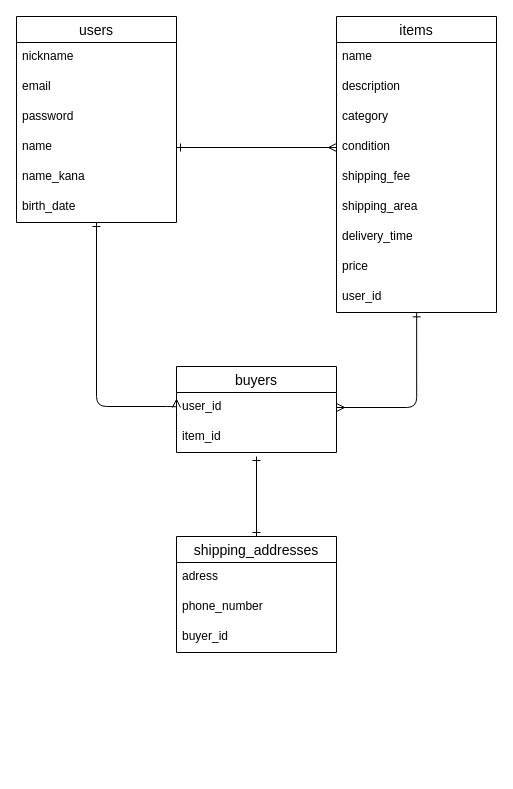
Hiro-yoshi/furima-40397 keeps this draw.io diagram as furima-40397.dio. Above is the earlier version. Source tidied: cells renumbered, new cells numbered last; positions are measured from the earlier drawing's top-left corner, leaving out a move shared by most shapes. Both pictures are drawn from the tidied source at 100%, with x=0, y=0 at pixel (16, 16).
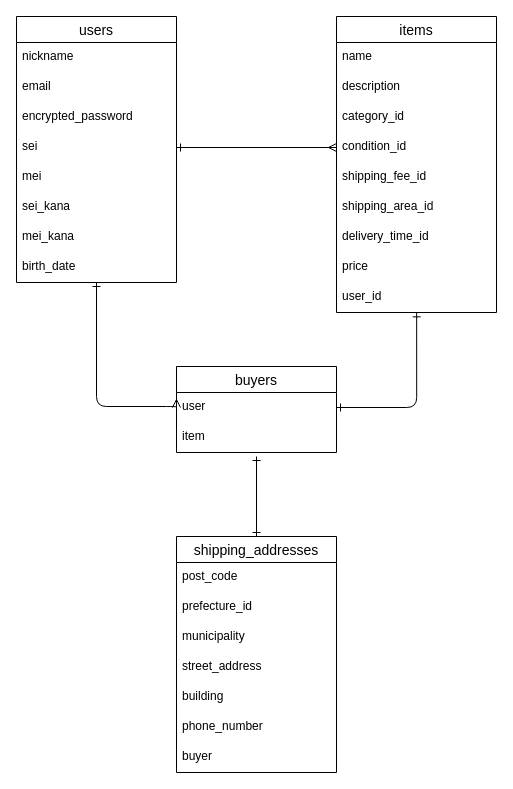
After the change.

Commit message (it also covers changes not shown here):
データベース設計_修正1

Unchanged cells that the change refers to:
```xml
<mxCell id="9" value="items" style="swimlane;fontStyle=0;horizontal=1;startSize=26;align=center;fontSize=14;" parent="1" vertex="1">
  <mxGeometry x="320" width="160" height="296" as="geometry" />
</mxCell>
<mxCell id="18" value="user_id" style="text;strokeColor=none;fillColor=none;spacingLeft=4;spacingRight=4;overflow=hidden;points=[[0,0.5],[1,0.5]];portConstraint=eastwest;fontSize=12;" parent="9" vertex="1">
  <mxGeometry y="266" width="160" height="30" as="geometry" />
</mxCell>
<mxCell id="20" value="buyers" style="swimlane;fontStyle=0;horizontal=1;startSize=26;align=center;fontSize=14;" parent="1" vertex="1">
  <mxGeometry x="160" y="350" width="160" height="86" as="geometry" />
</mxCell>
```

The edit, as a diff of the source:
```diff
@@
     <mxCell id="2" value="users" style="swimlane;fontStyle=0;horizontal=1;startSize=26;align=center;fontSize=14;" parent="1" vertex="1">
-      <mxGeometry width="160" height="206" as="geometry" />
+      <mxGeometry width="160" height="266" as="geometry" />
     </mxCell>
@@
-    <mxCell id="5" value="password" style="text;strokeColor=none;fillColor=none;spacingLeft=4;spacingRight=4;overflow=hidden;fontSize=12;" parent="2" vertex="1">
+    <mxCell id="5" value="encrypted_password" style="text;strokeColor=none;fillColor=none;spacingLeft=4;spacingRight=4;overflow=hidden;fontSize=12;" parent="2" vertex="1">
       <mxGeometry y="86" width="160" height="30" as="geometry" />
     </mxCell>
-    <mxCell id="6" value="name" style="text;strokeColor=none;fillColor=none;spacingLeft=4;spacingRight=4;overflow=hidden;fontSize=12;" parent="2" vertex="1">
+    <mxCell id="6" value="sei" style="text;strokeColor=none;fillColor=none;spacingLeft=4;spacingRight=4;overflow=hidden;fontSize=12;" parent="2" vertex="1">
       <mxGeometry y="116" width="160" height="30" as="geometry" />
     </mxCell>
-    <mxCell id="7" value="name_kana" style="text;strokeColor=none;fillColor=none;spacingLeft=4;spacingRight=4;overflow=hidden;fontSize=12;" parent="2" vertex="1">
+    <mxCell id="7" value="mei" style="text;strokeColor=none;fillColor=none;spacingLeft=4;spacingRight=4;overflow=hidden;fontSize=12;" parent="2" vertex="1">
       <mxGeometry y="146" width="160" height="30" as="geometry" />
     </mxCell>
+    <mxCell id="30" value="sei_kana" style="text;strokeColor=none;fillColor=none;spacingLeft=4;spacingRight=4;overflow=hidden;fontSize=12;" parent="2" vertex="1">
+      <mxGeometry y="176" width="160" height="30" as="geometry" />
+    </mxCell>
+    <mxCell id="31" value="mei_kana" style="text;strokeColor=none;fillColor=none;spacingLeft=4;spacingRight=4;overflow=hidden;fontSize=12;" parent="2" vertex="1">
+      <mxGeometry y="206" width="160" height="30" as="geometry" />
+    </mxCell>
     <mxCell id="8" value="birth_date" style="text;strokeColor=none;fillColor=none;spacingLeft=4;spacingRight=4;overflow=hidden;points=[[0,0.5],[1,0.5]];portConstraint=eastwest;fontSize=12;" parent="2" vertex="1">
-      <mxGeometry y="176" width="160" height="30" as="geometry" />
+      <mxGeometry y="236" width="160" height="30" as="geometry" />
     </mxCell>
@@
-    <mxCell id="12" value="category" style="text;strokeColor=none;fillColor=none;spacingLeft=4;spacingRight=4;overflow=hidden;fontSize=12;" parent="9" vertex="1">
+    <mxCell id="12" value="category_id" style="text;strokeColor=none;fillColor=none;spacingLeft=4;spacingRight=4;overflow=hidden;fontSize=12;" parent="9" vertex="1">
       <mxGeometry y="86" width="160" height="30" as="geometry" />
     </mxCell>
-    <mxCell id="13" value="condition" style="text;strokeColor=none;fillColor=none;spacingLeft=4;spacingRight=4;overflow=hidden;points=[[0,0.5],[1,0.5]];portConstraint=eastwest;fontSize=12;" parent="9" vertex="1">
+    <mxCell id="13" value="condition_id" style="text;strokeColor=none;fillColor=none;spacingLeft=4;spacingRight=4;overflow=hidden;points=[[0,0.5],[1,0.5]];portConstraint=eastwest;fontSize=12;" parent="9" vertex="1">
       <mxGeometry y="116" width="160" height="30" as="geometry" />
     </mxCell>
-    <mxCell id="14" value="shipping_fee" style="text;strokeColor=none;fillColor=none;spacingLeft=4;spacingRight=4;overflow=hidden;fontSize=12;" parent="9" vertex="1">
+    <mxCell id="14" value="shipping_fee_id" style="text;strokeColor=none;fillColor=none;spacingLeft=4;spacingRight=4;overflow=hidden;fontSize=12;" parent="9" vertex="1">
       <mxGeometry y="146" width="160" height="30" as="geometry" />
     </mxCell>
-    <mxCell id="15" value="shipping_area" style="text;strokeColor=none;fillColor=none;spacingLeft=4;spacingRight=4;overflow=hidden;fontSize=12;" parent="9" vertex="1">
+    <mxCell id="15" value="shipping_area_id" style="text;strokeColor=none;fillColor=none;spacingLeft=4;spacingRight=4;overflow=hidden;fontSize=12;" parent="9" vertex="1">
       <mxGeometry y="176" width="160" height="30" as="geometry" />
     </mxCell>
-    <mxCell id="16" value="delivery_time" style="text;strokeColor=none;fillColor=none;spacingLeft=4;spacingRight=4;overflow=hidden;fontSize=12;" parent="9" vertex="1">
+    <mxCell id="16" value="delivery_time_id" style="text;strokeColor=none;fillColor=none;spacingLeft=4;spacingRight=4;overflow=hidden;fontSize=12;" parent="9" vertex="1">
       <mxGeometry y="206" width="160" height="30" as="geometry" />
     </mxCell>
@@
-    <mxCell id="21" value="user_id" style="text;strokeColor=none;fillColor=none;spacingLeft=4;spacingRight=4;overflow=hidden;points=[[0,0.5],[1,0.5]];portConstraint=eastwest;fontSize=12;" parent="20" vertex="1">
+    <mxCell id="21" value="user" style="text;strokeColor=none;fillColor=none;spacingLeft=4;spacingRight=4;overflow=hidden;points=[[0,0.5],[1,0.5]];portConstraint=eastwest;fontSize=12;" parent="20" vertex="1">
       <mxGeometry y="26" width="160" height="30" as="geometry" />
     </mxCell>
-    <mxCell id="22" value="item_id" style="text;strokeColor=none;fillColor=none;spacingLeft=4;spacingRight=4;overflow=hidden;fontSize=12;" parent="20" vertex="1">
+    <mxCell id="22" value="item" style="text;strokeColor=none;fillColor=none;spacingLeft=4;spacingRight=4;overflow=hidden;fontSize=12;" parent="20" vertex="1">
       <mxGeometry y="56" width="160" height="30" as="geometry" />
     </mxCell>
@@
     <mxCell id="25" value="shipping_addresses" style="swimlane;fontStyle=0;horizontal=1;startSize=26;align=center;fontSize=14;" parent="1" vertex="1">
-      <mxGeometry x="160" y="520" width="160" height="116" as="geometry" />
+      <mxGeometry x="160" y="520" width="160" height="236" as="geometry" />
     </mxCell>
-    <mxCell id="26" value="adress" style="text;strokeColor=none;fillColor=none;spacingLeft=4;spacingRight=4;overflow=hidden;fontSize=12;" parent="25" vertex="1">
+    <mxCell id="26" value="post_code" style="text;strokeColor=none;fillColor=none;spacingLeft=4;spacingRight=4;overflow=hidden;fontSize=12;" parent="25" vertex="1">
       <mxGeometry y="26" width="160" height="30" as="geometry" />
     </mxCell>
-    <mxCell id="27" value="phone_number" style="text;strokeColor=none;fillColor=none;spacingLeft=4;spacingRight=4;overflow=hidden;fontSize=12;" parent="25" vertex="1">
+    <mxCell id="27" value="prefecture_id" style="text;strokeColor=none;fillColor=none;spacingLeft=4;spacingRight=4;overflow=hidden;fontSize=12;" parent="25" vertex="1">
       <mxGeometry y="56" width="160" height="30" as="geometry" />
     </mxCell>
+    <mxCell id="32" value="municipality" style="text;strokeColor=none;fillColor=none;spacingLeft=4;spacingRight=4;overflow=hidden;fontSize=12;" parent="25" vertex="1">
+      <mxGeometry y="86" width="160" height="30" as="geometry" />
+    </mxCell>
+    <mxCell id="33" value="street_address" style="text;strokeColor=none;fillColor=none;spacingLeft=4;spacingRight=4;overflow=hidden;fontSize=12;" parent="25" vertex="1">
+      <mxGeometry y="116" width="160" height="30" as="geometry" />
+    </mxCell>
+    <mxCell id="34" value="building" style="text;strokeColor=none;fillColor=none;spacingLeft=4;spacingRight=4;overflow=hidden;fontSize=12;" parent="25" vertex="1">
+      <mxGeometry y="146" width="160" height="30" as="geometry" />
+    </mxCell>
+    <mxCell id="35" value="phone_number" style="text;strokeColor=none;fillColor=none;spacingLeft=4;spacingRight=4;overflow=hidden;fontSize=12;" parent="25" vertex="1">
+      <mxGeometry y="176" width="160" height="30" as="geometry" />
+    </mxCell>
-    <mxCell id="28" value="buyer_id" style="text;strokeColor=none;fillColor=none;spacingLeft=4;spacingRight=4;overflow=hidden;fontSize=12;" parent="25" vertex="1">
-      <mxGeometry y="86" width="160" height="30" as="geometry" />
+    <mxCell id="28" value="buyer" style="text;strokeColor=none;fillColor=none;spacingLeft=4;spacingRight=4;overflow=hidden;fontSize=12;" parent="25" vertex="1">
+      <mxGeometry y="206" width="160" height="30" as="geometry" />
     </mxCell>
-    <mxCell id="29" style="edgeStyle=orthogonalEdgeStyle;html=1;exitX=1;exitY=0.5;exitDx=0;exitDy=0;entryX=0.501;entryY=1.011;entryDx=0;entryDy=0;entryPerimeter=0;startArrow=ERmany;startFill=0;endArrow=ERone;endFill=0;" parent="1" edge="1" source="21" target="18">
+    <mxCell id="29" style="edgeStyle=orthogonalEdgeStyle;html=1;exitX=1;exitY=0.5;exitDx=0;exitDy=0;entryX=0.501;entryY=1.011;entryDx=0;entryDy=0;entryPerimeter=0;startArrow=ERone;startFill=0;endArrow=ERone;endFill=0;" parent="1" edge="1" source="21" target="18">
       <mxGeometry relative="1" as="geometry" />
     </mxCell>
```
